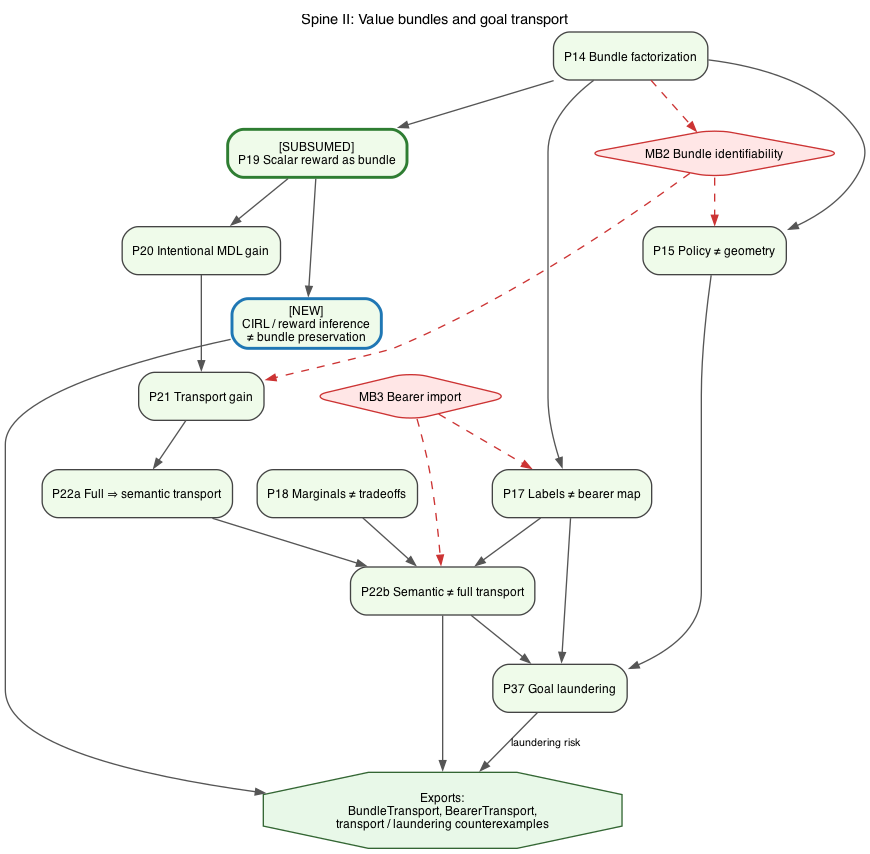
Earlier version of the Graphviz export figures/lean_proof/02-value-transport.png (GunnarZarncke/towards-asi-alignment). Its source is kept beside it as context/lean_proof_graphs/02-value-transport.dot.
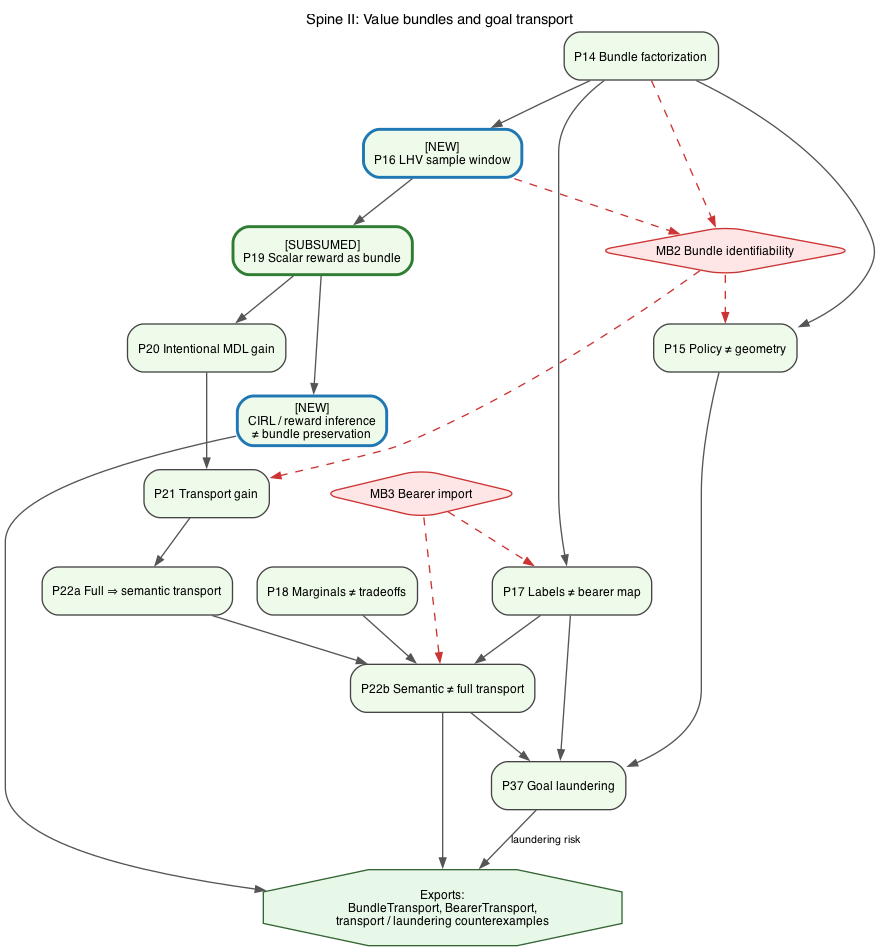
Above is the later version.

What changed in the source:
```diff
@@ -14,6 +14,7 @@
 
   P14 [label="P14 Bundle factorization", fillcolor="#EFFBEA"];
   P15 [label="P15 Policy ≠ geometry", fillcolor="#EFFBEA"];
+  P16 [label="[NEW]\nP16 LHV sample window", fillcolor="#EFFBEA", color="#1F77B4", penwidth=2.2];
   P17 [label="P17 Labels ≠ bearer map", fillcolor="#EFFBEA"];
   P18 [label="P18 Marginals ≠ tradeoffs", fillcolor="#EFFBEA"];
   P19 [label="[SUBSUMED]\nP19 Scalar reward as bundle", fillcolor="#EFFBEA", color="#2E7D32", penwidth=2.2];
@@ -31,8 +32,9 @@
        label="Exports:\nBundleTransport, BearerTransport,\ntransport / laundering counterexamples"];
 
   P14 -> P15;
+  P14 -> P16;
   P14 -> P17;
-  P14 -> P19 -> P20 -> P21 -> P22a -> P22b;
+  P16 -> P19 -> P20 -> P21 -> P22a -> P22b;
   P19 -> PCIRL;
   P17 -> P22b;
   P18 -> P22b;
@@ -41,6 +43,7 @@
   P22b -> P37;
 
   P14 -> MB2 [style=dashed, color="#CC3333"];
+  P16 -> MB2 [style=dashed, color="#CC3333"];
   MB2 -> P15 [style=dashed, color="#CC3333"];
   MB2 -> P21 [style=dashed, color="#CC3333"];
   MB3 -> P17 [style=dashed, color="#CC3333"];
```
